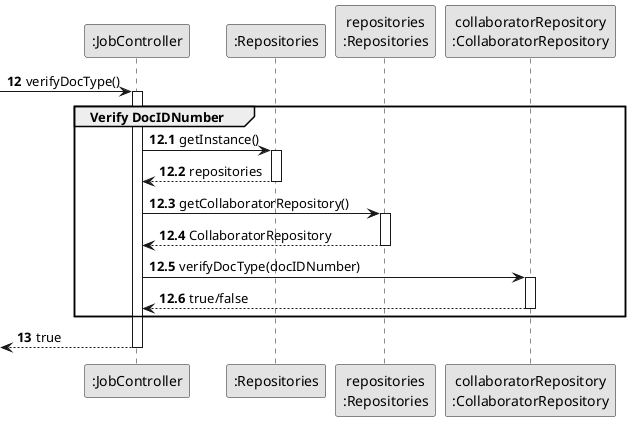
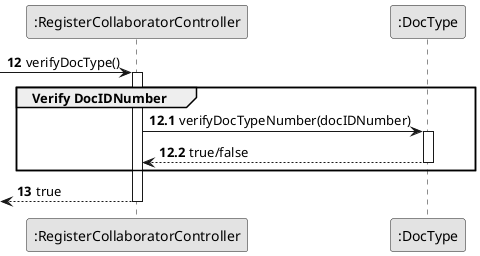
@startuml
skinparam monochrome true
skinparam packageStyle rectangle
skinparam shadowing false

- participant ":JobController" as CTRL
- participant ":Repositories" as RepositorySingleton
- participant "repositories\n:Repositories" as PLAT
- participant "collaboratorRepository\n:CollaboratorRepository" as CollaboratorRepository
+ participant ":RegisterCollaboratorController" as CTRL
+ participant ":DocType" as DocType

autonumber 12
-> CTRL : verifyDocType()

autonumber 12.1

activate CTRL
    group Verify DocIDNumber
-                                     CTRL -> RepositorySingleton : getInstance()
-                                     activate RepositorySingleton
+                    CTRL -> DocType : verifyDocTypeNumber(docIDNumber)
+                    activate DocType

-                                         RepositorySingleton --> CTRL: repositories
-                                     deactivate RepositorySingleton
- 
-                                     CTRL -> PLAT : getCollaboratorRepository()
-                                     activate PLAT
- 
-                                         PLAT --> CTRL: CollaboratorRepository
-                                     deactivate PLAT
- 
-                                     CTRL -> CollaboratorRepository : verifyDocType(docIDNumber)
-                                     activate CollaboratorRepository
- 
-                                         CollaboratorRepository --> CTRL : true/false
-                                     deactivate CollaboratorRepository
+                    DocType --> CTRL : true/false
+                    deactivate DocType
    end group

    autonumber 13
    <-- CTRL : true

deactivate CTRL


@enduml